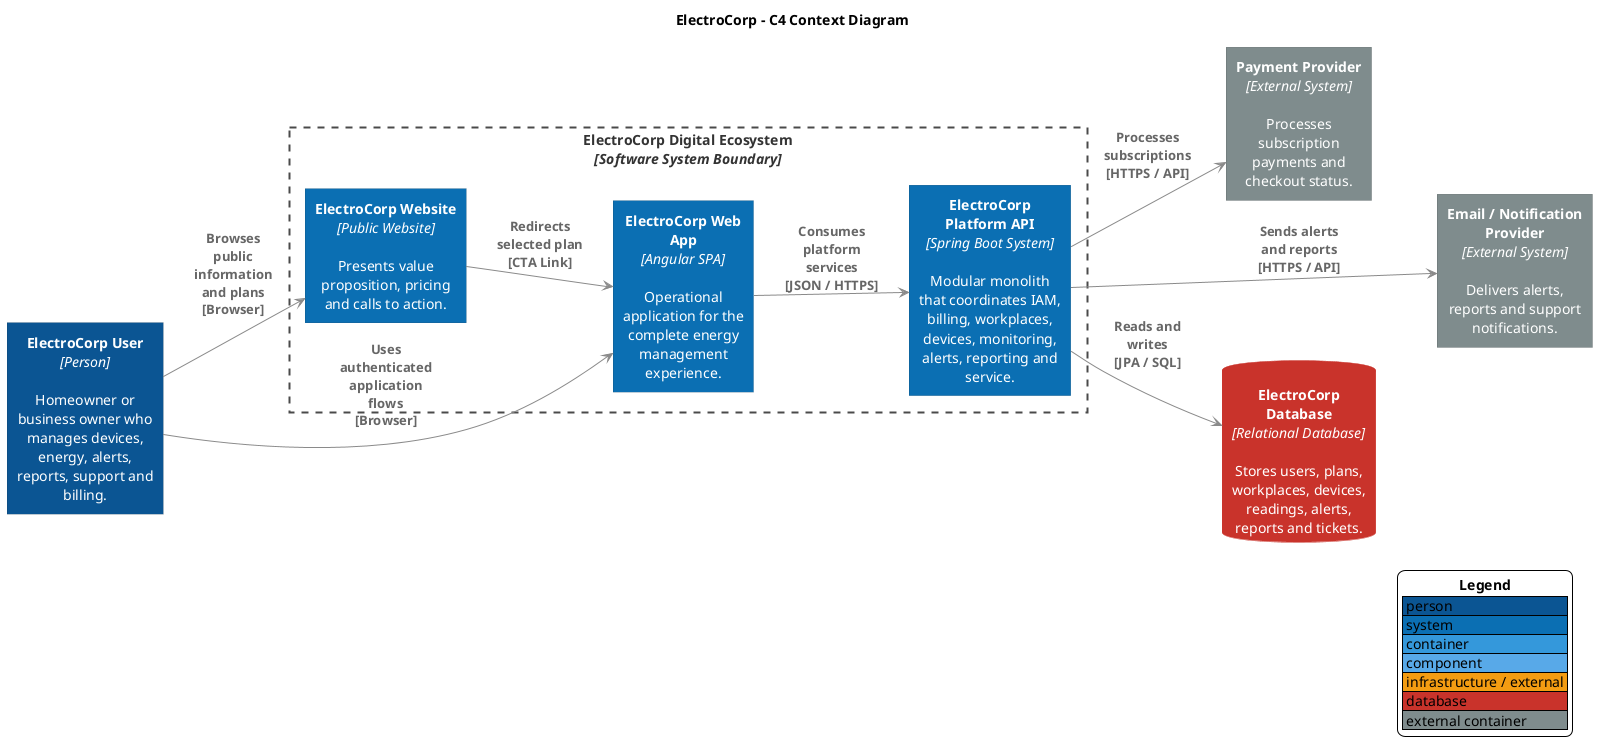
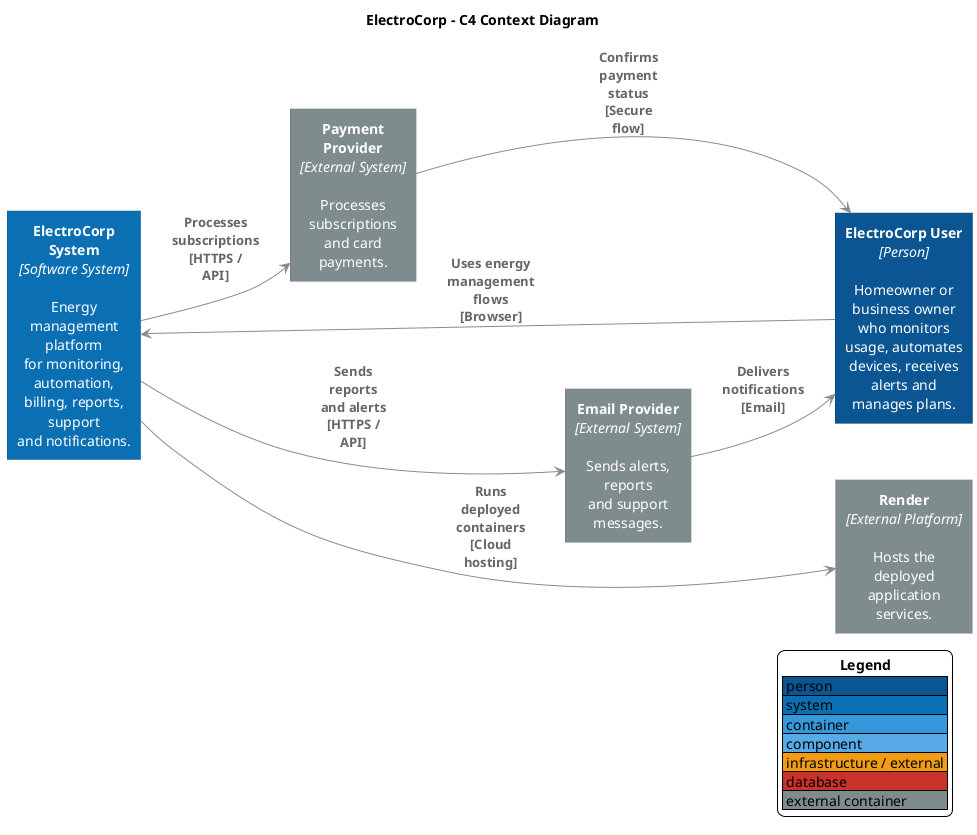
@startuml
skinparam backgroundColor #FFFFFF
skinparam shadowing false
skinparam defaultFontName Arial
skinparam defaultTextAlignment center
- skinparam wrapWidth 145
- skinparam maxMessageSize 95
+ skinparam wrapWidth 120
+ skinparam maxMessageSize 80
skinparam ArrowColor #8A8A8A
skinparam ArrowFontColor #666666
skinparam ArrowFontStyle bold
skinparam ArrowThickness 1
skinparam rectangleRoundCorner 0
skinparam rectangleBorderThickness 0
skinparam rectangleFontColor #FFFFFF
skinparam rectangleFontStyle plain
skinparam rectangle {
  BorderThickness 0
+ }
+ skinparam rectangle<<SystemBoundary>> {
+   BackgroundColor transparent
+   BorderColor #4A4A4A
+   BorderThickness 2
+   BorderStyle dashed
+   FontColor #333333
+   FontStyle bold
}
skinparam rectangle<<BoundedContext>> {
  BackgroundColor transparent
  BorderColor #4A4A4A
  BorderThickness 2
  BorderStyle dashed
  FontColor #333333
  FontStyle bold
}
skinparam databaseBackgroundColor #C9332B
skinparam databaseBorderColor #C9332B
skinparam databaseFontColor #FFFFFF
skinparam databaseFontStyle plain
hide stereotype
left to right direction

title ElectroCorp - C4 Context Diagram

- rectangle "<b>ElectroCorp User</b>\n<i>[Person]</i>\n\nHomeowner or business owner who manages devices, energy, alerts, reports, support and billing." as User #0B5593
+ rectangle "<b>ElectroCorp User</b>\n<i>[Person]</i>\n\nHomeowner or business owner\nwho monitors usage, automates\ndevices, receives alerts and\nmanages plans." as User #0B5593

- rectangle "<b>ElectroCorp Digital Ecosystem</b>\n<i>[Software System Boundary]</i>" as Ecosystem <<BoundedContext>> {
-   rectangle "<b>ElectroCorp Website</b>\n<i>[Public Website]</i>\n\nPresents value proposition, pricing and calls to action." as Landing #0B6FB3
-   rectangle "<b>ElectroCorp Web App</b>\n<i>[Angular SPA]</i>\n\nOperational application for the complete energy management experience." as WebApp #0B6FB3
-   rectangle "<b>ElectroCorp Platform API</b>\n<i>[Spring Boot System]</i>\n\nModular monolith that coordinates IAM, billing, workplaces, devices, monitoring, alerts, reporting and service." as Platform #0B6FB3
- }
+ rectangle "<b>ElectroCorp System</b>\n<i>[Software System]</i>\n\nEnergy management platform\nfor monitoring, automation,\nbilling, reports, support\nand notifications." as ElectroCorp #0B6FB3

- rectangle "<b>Payment Provider</b>\n<i>[External System]</i>\n\nProcesses subscription payments and checkout status." as PaymentProvider #7F8C8D
- rectangle "<b>Email / Notification Provider</b>\n<i>[External System]</i>\n\nDelivers alerts, reports and support notifications." as NotificationProvider #7F8C8D
- database "<b>ElectroCorp Database</b>\n<i>[Relational Database]</i>\n\nStores users, plans, workplaces, devices, readings, alerts, reports and tickets." as Database
+ rectangle "<b>Payment Provider</b>\n<i>[External System]</i>\n\nProcesses subscriptions\nand card payments." as Payment #7F8C8D
+ rectangle "<b>Email Provider</b>\n<i>[External System]</i>\n\nSends alerts, reports\nand support messages." as Mail #7F8C8D
+ rectangle "<b>Render</b>\n<i>[External Platform]</i>\n\nHosts the deployed\napplication services." as Render #7F8C8D

- User --> Landing : Browses public information\nand plans\n[Browser]
- User --> WebApp : Uses authenticated\napplication flows\n[Browser]
- Landing --> WebApp : Redirects selected plan\n[CTA Link]
- WebApp --> Platform : Consumes platform services\n[JSON / HTTPS]
- Platform --> Database : Reads and writes\n[JPA / SQL]
- Platform --> PaymentProvider : Processes subscriptions\n[HTTPS / API]
- Platform --> NotificationProvider : Sends alerts and reports\n[HTTPS / API]
+ User --> ElectroCorp : Uses energy\nmanagement flows\n[Browser]
+ ElectroCorp --> Payment : Processes\nsubscriptions\n[HTTPS / API]
+ ElectroCorp --> Mail : Sends reports\nand alerts\n[HTTPS / API]
+ ElectroCorp --> Render : Runs deployed\ncontainers\n[Cloud hosting]
+ Payment --> User : Confirms payment\nstatus\n[Secure flow]
+ Mail --> User : Delivers notifications\n[Email]

- Landing -[hidden]right- WebApp
- WebApp -[hidden]right- Platform
- PaymentProvider -[hidden]down- NotificationProvider
+ User -[hidden]down- Payment
+ ElectroCorp -[hidden]right- Payment
+ Payment -[hidden]down- Mail
+ Mail -[hidden]down- Render

legend right
  <b>Legend</b>
  |<#0B5593> person |
  |<#0B6FB3> system |
  |<#3498DB> container |
  |<#58A9E8> component |
  |<#F39C12> infrastructure / external |
  |<#C9332B> database |
  |<#7F8C8D> external container |
endlegend

@enduml
